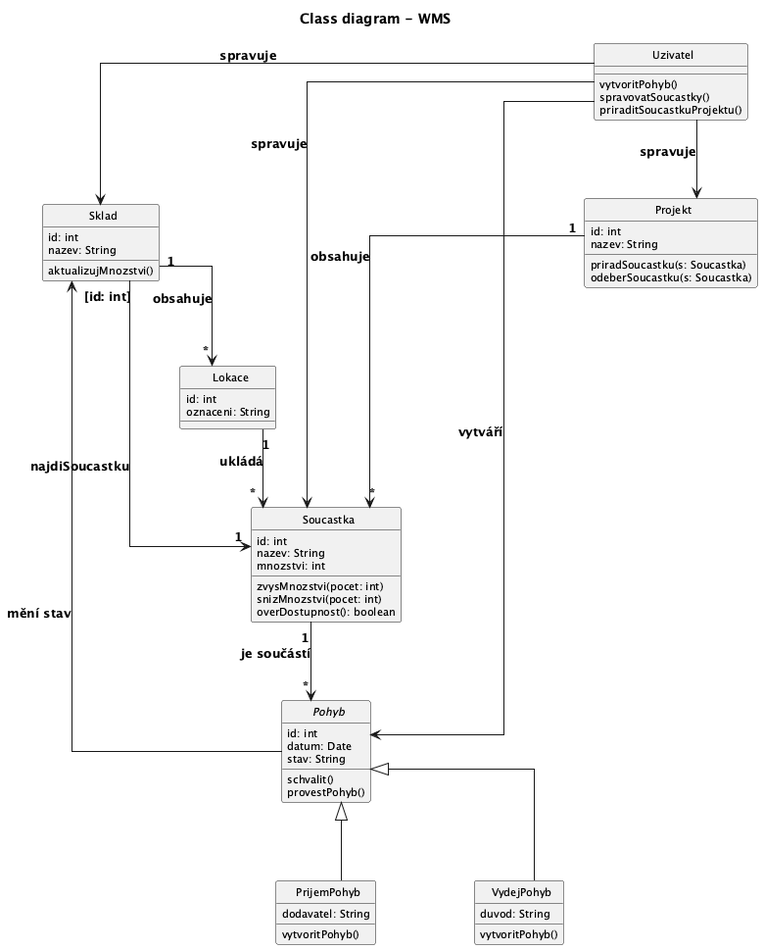
The PlantUML diagram docs/images/02_class_diagram.png in lkvapil/wms-elektronicke-soucastky, before a commit.
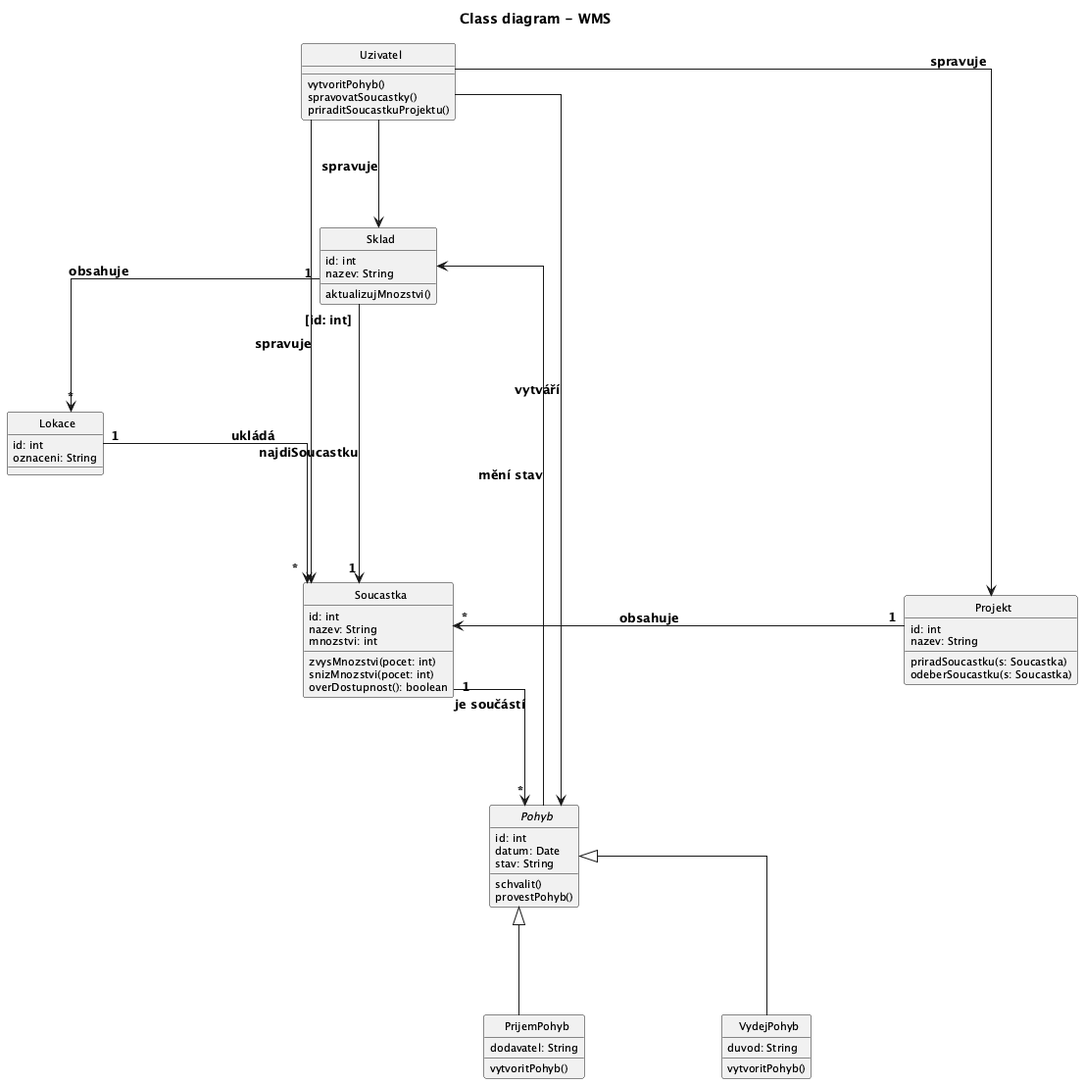
The same file after the commit.

Commit message:
style: Soucastka jako centralni trida, vetsi mezery

Change to the diagram source:
```diff
@@ -7,8 +7,8 @@
 skinparam ArrowFontSize 13
 skinparam ArrowFontStyle bold
 skinparam linetype ortho
-skinparam nodesep 100
-skinparam ranksep 80
+skinparam nodesep 140
+skinparam ranksep 110
 
 class Uzivatel {
   vytvoritPohyb()
@@ -77,12 +77,12 @@
 Uzivatel --> Projekt : spravuje
 Uzivatel --> Sklad : spravuje
 
-Uzivatel -[hidden]right- Projekt
-Projekt -[hidden]right- Soucastka
-Soucastka -[hidden]right- Sklad
+Soucastka -[hidden]left- Sklad
+Soucastka -[hidden]right- Projekt
 Soucastka -[hidden]down- Pohyb
+Sklad -[hidden]down- Lokace
+Pohyb -[hidden]down- PrijemPohyb
 PrijemPohyb -[hidden]right- VydejPohyb
-Pohyb -[hidden]down- PrijemPohyb
-Sklad -[hidden]down- Lokace
+Uzivatel -[hidden]down- Soucastka
 
 @enduml
```
